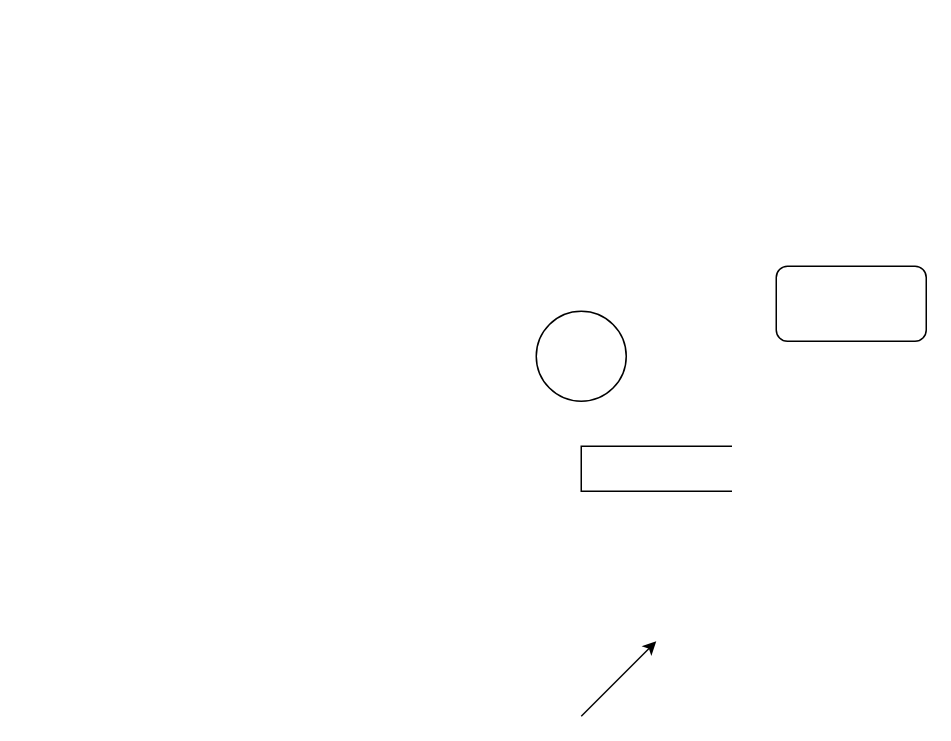
This is module_2/DFD.drawio from SheinEA/gb_architect, a draw.io file, before an edit. Source tidied: cells renumbered, new cells numbered last; positions are measured from the earlier drawing's top-left corner, leaving out a move shared by most shapes. Both pictures are drawn from the tidied source at 150%, with x=0, y=0 at pixel (536, 266).
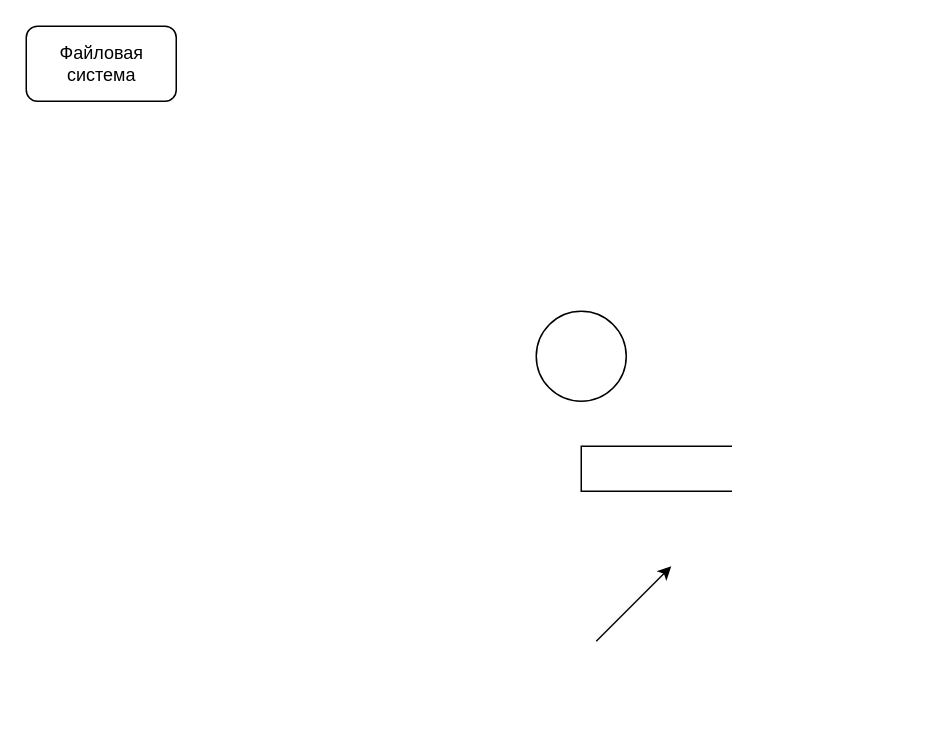
After the change.

The edit, as a diff of the source:
```diff
@@
 <mxGraphModel>
   <root>
     <mxCell id="0" />
     <mxCell id="1" parent="0" />
     <mxCell id="2" style="shape=ellipse;html=1;dashed=0;whitespace=wrap;perimeter=ellipsePerimeter;" parent="1" vertex="1">
       <mxGeometry y="30" width="60" height="60" as="geometry" />
     </mxCell>
     <mxCell id="3" style="html=1;dashed=0;whitespace=wrap;shape=partialRectangle;right=0;" parent="1" vertex="1">
       <mxGeometry x="30" y="120" width="100" height="30" as="geometry" />
     </mxCell>
     <mxCell id="4" style="endArrow=classic;html=1;" parent="1" edge="1">
       <mxGeometry relative="1" as="geometry">
-        <mxPoint x="30" y="300" as="sourcePoint" />
-        <mxPoint x="80" y="250" as="targetPoint" />
+        <mxPoint x="40" y="250" as="sourcePoint" />
+        <mxPoint x="90" y="200" as="targetPoint" />
       </mxGeometry>
     </mxCell>
-    <mxCell id="5" style="html=1;dashed=0;whitespace=wrap;rounded=1;" parent="1" vertex="1">
-      <mxGeometry x="160" width="100" height="50" as="geometry" />
+    <mxCell id="5" value="Файловая &lt;br&gt;система" style="html=1;dashed=0;whitespace=wrap;rounded=1;" parent="1" vertex="1">
+      <mxGeometry x="-340" y="-160" width="100" height="50" as="geometry" />
     </mxCell>
   </root>
 </mxGraphModel>
```
